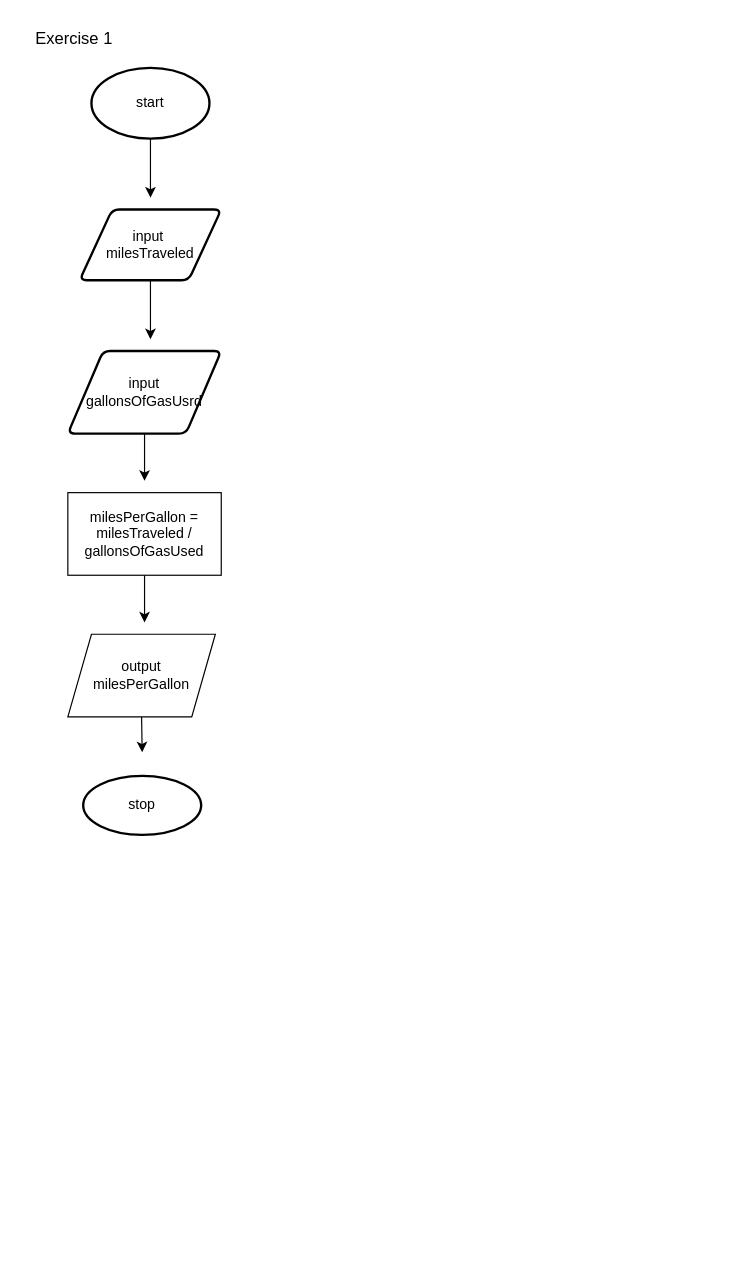
karadaswani/basic-flowchart-draw.io keeps this draw.io diagram as M.1 E.1-3.drawio. Above is the earlier version. Source tidied: cells renumbered, new cells numbered last; positions are measured from the earlier drawing's top-left corner, leaving out a move shared by most shapes. Both pictures are drawn from the tidied source at 118%, with x=0, y=0 at pixel (20, 20).
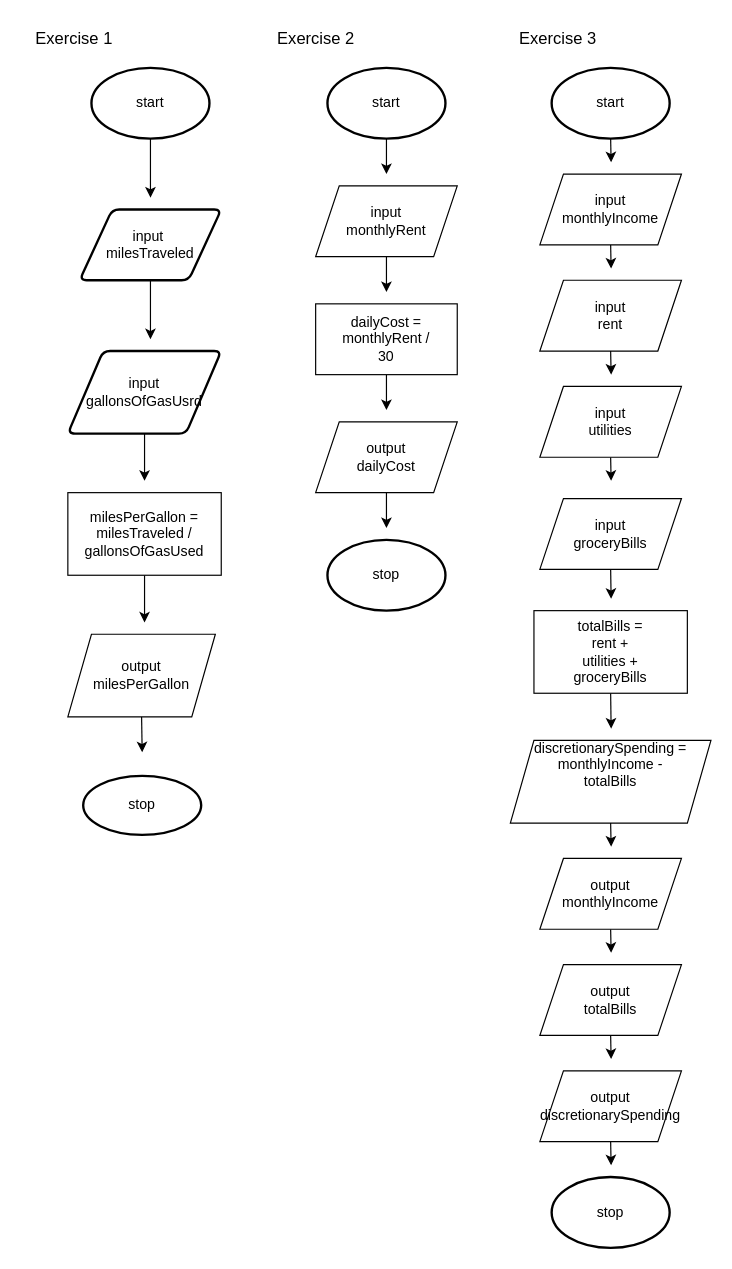
Above is the later version.

Change to the diagram source:
```diff
@@
+    <mxCell id="14" value="&lt;font style=&quot;font-size: 14px;&quot;&gt;Exercise 2&lt;/font&gt;" style="text;html=1;align=center;verticalAlign=middle;strokeColor=none;fillColor=none;" parent="1" vertex="1">
+      <mxGeometry x="205" width="90" height="30" as="geometry" />
+    </mxCell>
+    <mxCell id="15" style="edgeStyle=orthogonalEdgeStyle;rounded=0;jettySize=auto;html=1;exitX=0.5;exitY=1;exitDx=0;exitDy=0;exitPerimeter=0;" parent="1" edge="1" source="16">
+      <mxGeometry relative="1" as="geometry">
+        <mxPoint x="310" y="130" as="targetPoint" />
+      </mxGeometry>
+    </mxCell>
+    <mxCell id="16" value="start" style="strokeWidth=2;html=1;shape=mxgraph.flowchart.start_1;whiteSpace=wrap;" parent="1" vertex="1">
+      <mxGeometry x="260" y="40" width="100" height="60" as="geometry" />
+    </mxCell>
+    <mxCell id="17" style="edgeStyle=orthogonalEdgeStyle;rounded=0;jettySize=auto;html=1;exitX=0.5;exitY=1;exitDx=0;exitDy=0;" parent="1" edge="1" source="18">
+      <mxGeometry relative="1" as="geometry">
+        <mxPoint x="310" y="230" as="targetPoint" />
+      </mxGeometry>
+    </mxCell>
+    <mxCell id="18" value="input&lt;div&gt;monthlyRent&lt;/div&gt;" style="shape=parallelogram;perimeter=parallelogramPerimeter;whiteSpace=wrap;html=1;fixedSize=1;" parent="1" vertex="1">
+      <mxGeometry x="250" y="140" width="120" height="60" as="geometry" />
+    </mxCell>
+    <mxCell id="19" style="edgeStyle=orthogonalEdgeStyle;rounded=0;jettySize=auto;html=1;exitX=0.5;exitY=1;exitDx=0;exitDy=0;" parent="1" edge="1" source="20">
+      <mxGeometry relative="1" as="geometry">
+        <mxPoint x="310" y="330" as="targetPoint" />
+      </mxGeometry>
+    </mxCell>
+    <mxCell id="20" value="dailyCost =&lt;div&gt;monthlyRent /&lt;/div&gt;&lt;div&gt;30&lt;/div&gt;" style="rounded=0;whiteSpace=wrap;html=1;" parent="1" vertex="1">
+      <mxGeometry x="250" y="240" width="120" height="60" as="geometry" />
+    </mxCell>
+    <mxCell id="21" style="edgeStyle=orthogonalEdgeStyle;rounded=0;jettySize=auto;html=1;exitX=0.5;exitY=1;exitDx=0;exitDy=0;" parent="1" edge="1" source="22">
+      <mxGeometry relative="1" as="geometry">
+        <mxPoint x="310" y="430" as="targetPoint" />
+      </mxGeometry>
+    </mxCell>
+    <mxCell id="22" value="output&lt;div&gt;dailyCost&lt;/div&gt;" style="shape=parallelogram;perimeter=parallelogramPerimeter;whiteSpace=wrap;html=1;fixedSize=1;" parent="1" vertex="1">
+      <mxGeometry x="250" y="340" width="120" height="60" as="geometry" />
+    </mxCell>
+    <mxCell id="23" value="stop" style="strokeWidth=2;html=1;shape=mxgraph.flowchart.start_1;whiteSpace=wrap;" parent="1" vertex="1">
+      <mxGeometry x="260" y="440" width="100" height="60" as="geometry" />
+    </mxCell>
+    <mxCell id="24" value="&lt;font style=&quot;font-size: 14px;&quot;&gt;Exercise 3&lt;/font&gt;" style="text;html=1;align=center;verticalAlign=middle;strokeColor=none;fillColor=none;" parent="1" vertex="1">
+      <mxGeometry x="410" width="90" height="30" as="geometry" />
+    </mxCell>
+    <mxCell id="25" style="edgeStyle=orthogonalEdgeStyle;rounded=0;jettySize=auto;html=1;exitX=0.5;exitY=1;exitDx=0;exitDy=0;exitPerimeter=0;" parent="1" edge="1" source="26">
+      <mxGeometry relative="1" as="geometry">
+        <mxPoint x="500.4" y="120" as="targetPoint" />
+      </mxGeometry>
+    </mxCell>
+    <mxCell id="26" value="start" style="strokeWidth=2;html=1;shape=mxgraph.flowchart.start_1;whiteSpace=wrap;" parent="1" vertex="1">
+      <mxGeometry x="450" y="40" width="100" height="60" as="geometry" />
+    </mxCell>
+    <mxCell id="27" style="edgeStyle=orthogonalEdgeStyle;rounded=0;jettySize=auto;html=1;exitX=0.5;exitY=1;exitDx=0;exitDy=0;" parent="1" edge="1" source="28">
+      <mxGeometry relative="1" as="geometry">
+        <mxPoint x="500.4" y="210" as="targetPoint" />
+      </mxGeometry>
+    </mxCell>
+    <mxCell id="28" value="input&lt;div&gt;monthlyIncome&lt;/div&gt;" style="shape=parallelogram;perimeter=parallelogramPerimeter;whiteSpace=wrap;html=1;fixedSize=1;" parent="1" vertex="1">
+      <mxGeometry x="440" y="130" width="120" height="60" as="geometry" />
+    </mxCell>
+    <mxCell id="29" style="edgeStyle=orthogonalEdgeStyle;rounded=0;jettySize=auto;html=1;exitX=0.5;exitY=1;exitDx=0;exitDy=0;" parent="1" edge="1" source="30">
+      <mxGeometry relative="1" as="geometry">
+        <mxPoint x="500.4" y="300" as="targetPoint" />
+      </mxGeometry>
+    </mxCell>
+    <mxCell id="30" value="input&lt;div&gt;rent&lt;/div&gt;" style="shape=parallelogram;perimeter=parallelogramPerimeter;whiteSpace=wrap;html=1;fixedSize=1;" parent="1" vertex="1">
+      <mxGeometry x="440" y="220" width="120" height="60" as="geometry" />
+    </mxCell>
+    <mxCell id="31" style="edgeStyle=orthogonalEdgeStyle;rounded=0;jettySize=auto;html=1;exitX=0.5;exitY=1;exitDx=0;exitDy=0;" parent="1" edge="1" source="32">
+      <mxGeometry relative="1" as="geometry">
+        <mxPoint x="500.4" y="390" as="targetPoint" />
+      </mxGeometry>
+    </mxCell>
+    <mxCell id="32" value="input&lt;div&gt;utilities&lt;/div&gt;" style="shape=parallelogram;perimeter=parallelogramPerimeter;whiteSpace=wrap;html=1;fixedSize=1;" parent="1" vertex="1">
+      <mxGeometry x="440" y="310" width="120" height="60" as="geometry" />
+    </mxCell>
+    <mxCell id="33" style="edgeStyle=orthogonalEdgeStyle;rounded=0;jettySize=auto;html=1;exitX=0.5;exitY=1;exitDx=0;exitDy=0;" parent="1" edge="1" source="34">
+      <mxGeometry relative="1" as="geometry">
+        <mxPoint x="500.4" y="490" as="targetPoint" />
+      </mxGeometry>
+    </mxCell>
+    <mxCell id="34" value="input&lt;div&gt;groceryBills&lt;/div&gt;" style="shape=parallelogram;perimeter=parallelogramPerimeter;whiteSpace=wrap;html=1;fixedSize=1;" parent="1" vertex="1">
+      <mxGeometry x="440" y="405" width="120" height="60" as="geometry" />
+    </mxCell>
+    <mxCell id="35" style="edgeStyle=orthogonalEdgeStyle;rounded=0;jettySize=auto;html=1;exitX=0.5;exitY=1;exitDx=0;exitDy=0;" parent="1" edge="1" source="36">
+      <mxGeometry relative="1" as="geometry">
+        <mxPoint x="500.4" y="600" as="targetPoint" />
+      </mxGeometry>
+    </mxCell>
+    <mxCell id="36" value="totalBills =&lt;div&gt;rent +&lt;/div&gt;&lt;div&gt;utilities +&lt;/div&gt;&lt;div&gt;groceryBills&lt;/div&gt;" style="rounded=0;whiteSpace=wrap;html=1;" parent="1" vertex="1">
+      <mxGeometry x="435" y="500" width="130" height="70" as="geometry" />
+    </mxCell>
+    <mxCell id="37" style="edgeStyle=orthogonalEdgeStyle;rounded=0;jettySize=auto;html=1;exitX=0.5;exitY=1;exitDx=0;exitDy=0;" parent="1" edge="1" source="38">
+      <mxGeometry relative="1" as="geometry">
+        <mxPoint x="500.4" y="700" as="targetPoint" />
+      </mxGeometry>
+    </mxCell>
+    <mxCell id="38" value="discretionarySpending =&lt;div&gt;monthlyIncome -&lt;/div&gt;&lt;div&gt;totalBills&lt;br&gt;&lt;div&gt;&lt;br&gt;&lt;div&gt;&lt;br&gt;&lt;/div&gt;&lt;/div&gt;&lt;/div&gt;" style="shape=parallelogram;perimeter=parallelogramPerimeter;whiteSpace=wrap;html=1;fixedSize=1;" parent="1" vertex="1">
+      <mxGeometry x="415" y="610" width="170" height="70" as="geometry" />
+    </mxCell>
+    <mxCell id="39" style="edgeStyle=orthogonalEdgeStyle;rounded=0;jettySize=auto;html=1;exitX=0.5;exitY=1;exitDx=0;exitDy=0;" parent="1" edge="1" source="40">
+      <mxGeometry relative="1" as="geometry">
+        <mxPoint x="500.4" y="790" as="targetPoint" />
+      </mxGeometry>
+    </mxCell>
+    <mxCell id="40" value="output&lt;div&gt;monthlyIncome&lt;/div&gt;" style="shape=parallelogram;perimeter=parallelogramPerimeter;whiteSpace=wrap;html=1;fixedSize=1;" parent="1" vertex="1">
+      <mxGeometry x="440" y="710" width="120" height="60" as="geometry" />
+    </mxCell>
+    <mxCell id="41" style="edgeStyle=orthogonalEdgeStyle;rounded=0;jettySize=auto;html=1;exitX=0.5;exitY=1;exitDx=0;exitDy=0;" parent="1" edge="1" source="42">
+      <mxGeometry relative="1" as="geometry">
+        <mxPoint x="500.4" y="880" as="targetPoint" />
+      </mxGeometry>
+    </mxCell>
+    <mxCell id="42" value="output&lt;div&gt;totalBills&lt;/div&gt;" style="shape=parallelogram;perimeter=parallelogramPerimeter;whiteSpace=wrap;html=1;fixedSize=1;" parent="1" vertex="1">
+      <mxGeometry x="440" y="800" width="120" height="60" as="geometry" />
+    </mxCell>
+    <mxCell id="43" style="edgeStyle=orthogonalEdgeStyle;rounded=0;jettySize=auto;html=1;exitX=0.5;exitY=1;exitDx=0;exitDy=0;" parent="1" edge="1" source="44">
+      <mxGeometry relative="1" as="geometry">
+        <mxPoint x="500.4" y="970" as="targetPoint" />
+      </mxGeometry>
+    </mxCell>
+    <mxCell id="44" value="output&lt;div&gt;discretionarySpending&lt;/div&gt;" style="shape=parallelogram;perimeter=parallelogramPerimeter;whiteSpace=wrap;html=1;fixedSize=1;" parent="1" vertex="1">
+      <mxGeometry x="440" y="890" width="120" height="60" as="geometry" />
+    </mxCell>
+    <mxCell id="45" value="stop" style="strokeWidth=2;html=1;shape=mxgraph.flowchart.start_1;whiteSpace=wrap;" parent="1" vertex="1">
+      <mxGeometry x="450" y="980" width="100" height="60" as="geometry" />
+    </mxCell>
```
